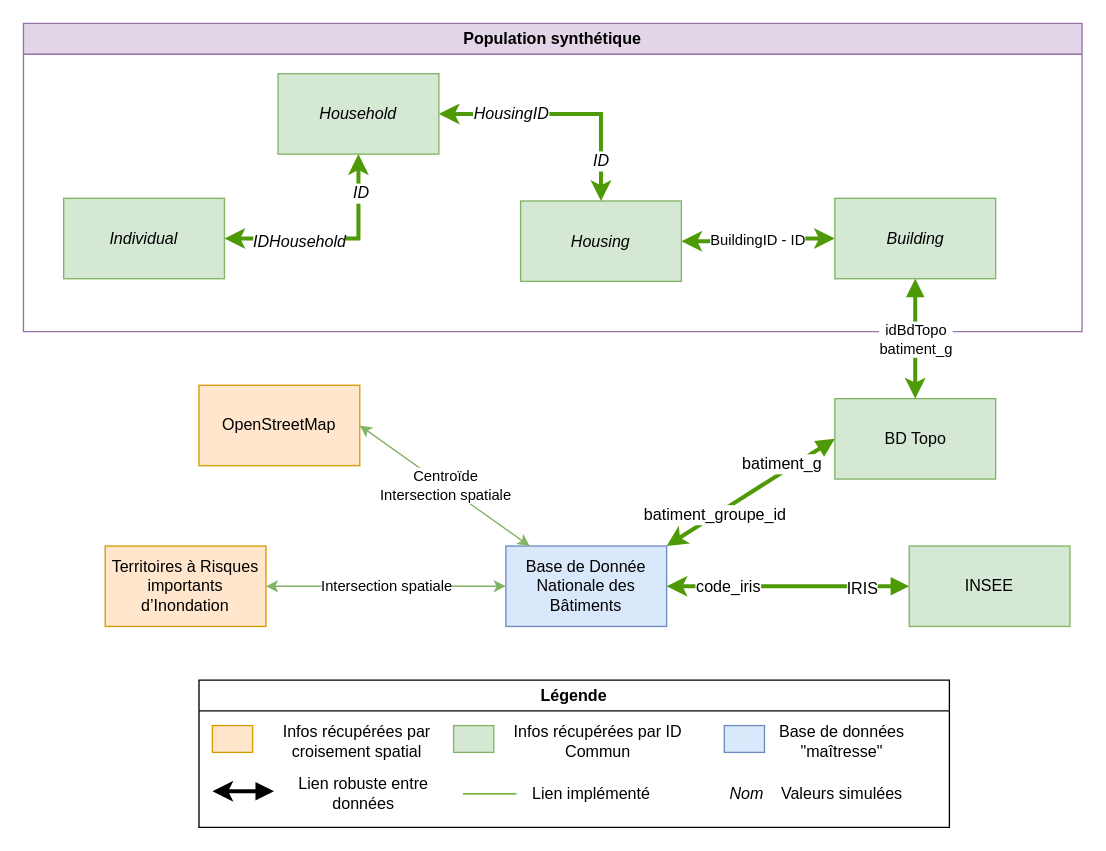
Earlier version of the draw.io diagram liens_entre_bases.drawio (EnzoVenon/Gemini_numeriques). Source tidied: cells renumbered, new cells numbered last; positions are measured from the earlier drawing's top-left corner, leaving out a move shared by most shapes. Both pictures are drawn from the tidied source at 134%, with x=0, y=0 at pixel (23, 23).
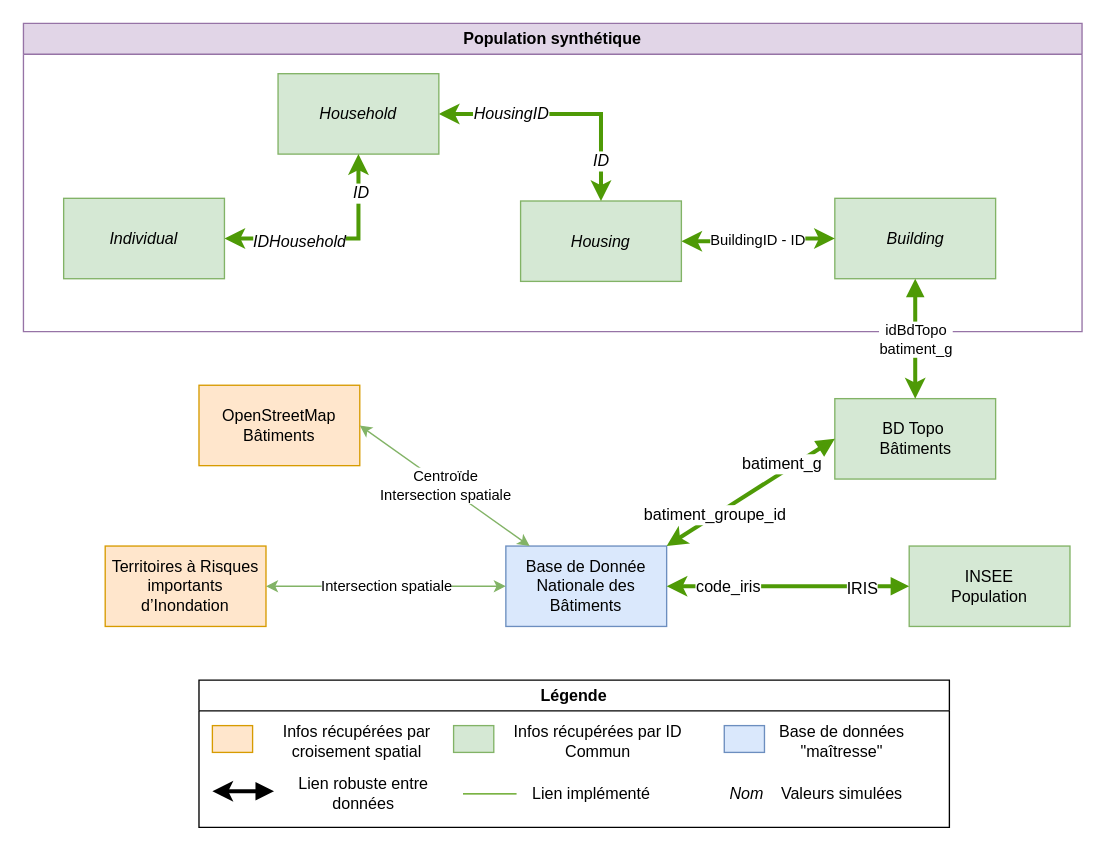
After the change.

Commit message:
modif du nom des bases

Change to the diagram source:
```diff
@@
-    <mxCell id="3" value="&lt;div&gt;BD Topo&lt;/div&gt;" style="rounded=0;whiteSpace=wrap;html=1;fillColor=#d5e8d4;strokeColor=#82b366;" parent="1" vertex="1">
+    <mxCell id="3" value="&lt;div&gt;BD Topo&amp;nbsp;&lt;/div&gt;&lt;div&gt;Bâtiments&lt;/div&gt;" style="rounded=0;whiteSpace=wrap;html=1;fillColor=#d5e8d4;strokeColor=#82b366;" parent="1" vertex="1">
       <mxGeometry x="605.5" y="280" width="120" height="60" as="geometry" />
     </mxCell>
-    <mxCell id="4" value="OpenStreetMap" style="rounded=0;whiteSpace=wrap;html=1;fillColor=#ffe6cc;strokeColor=#d79b00;" parent="1" vertex="1">
+    <mxCell id="4" value="OpenStreetMap Bâtiments" style="rounded=0;whiteSpace=wrap;html=1;fillColor=#ffe6cc;strokeColor=#d79b00;" parent="1" vertex="1">
       <mxGeometry x="131" y="270" width="120" height="60" as="geometry" />
     </mxCell>
-    <mxCell id="5" value="INSEE" style="rounded=0;whiteSpace=wrap;html=1;fillColor=#d5e8d4;strokeColor=#82b366;" parent="1" vertex="1">
+    <mxCell id="5" value="INSEE &lt;br&gt;Population" style="rounded=0;whiteSpace=wrap;html=1;fillColor=#d5e8d4;strokeColor=#82b366;" parent="1" vertex="1">
       <mxGeometry x="661" y="390" width="120" height="60" as="geometry" />
     </mxCell>
```
